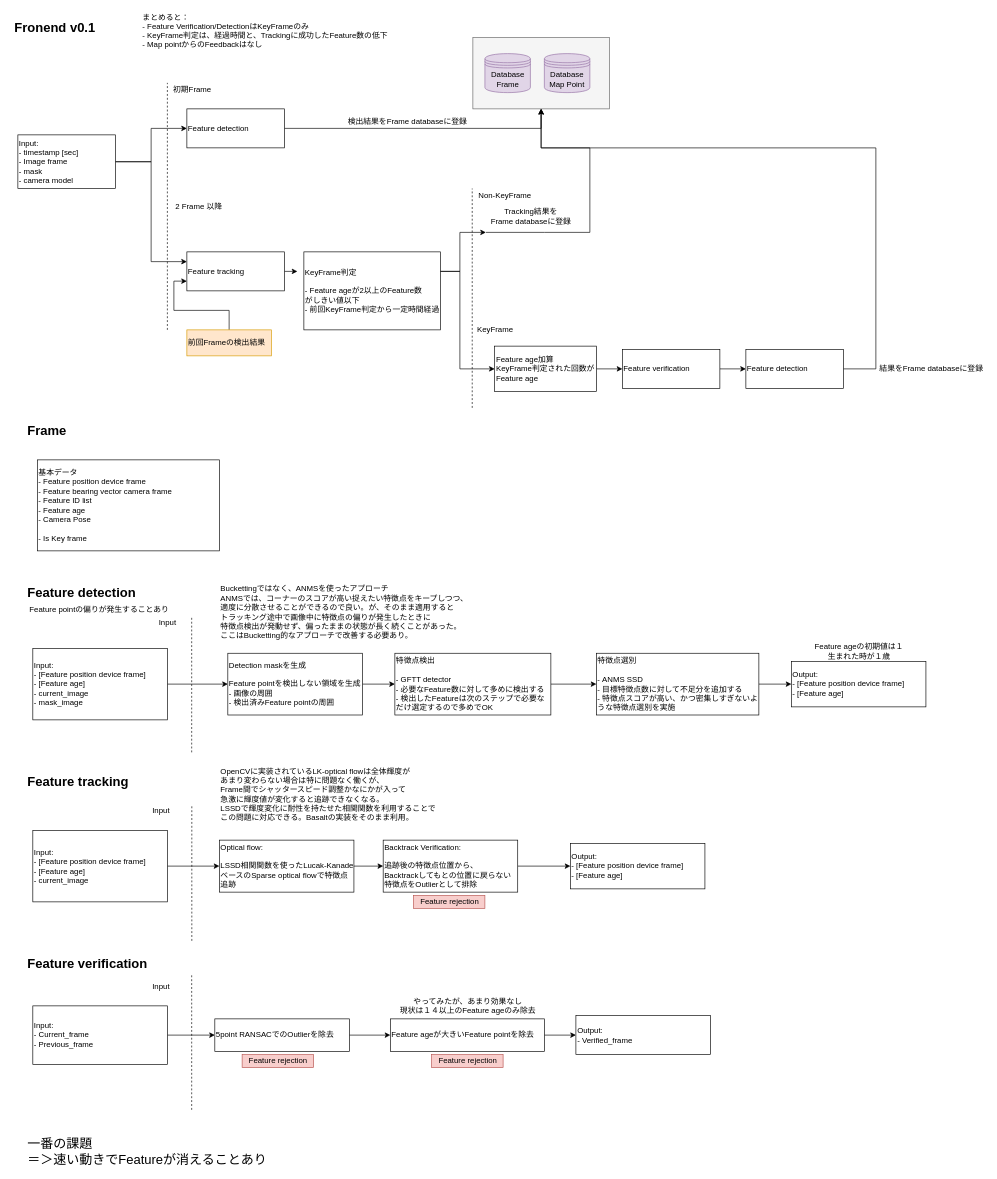
Before: page "Frnotend" (2 of 4) of docs/VSLAM-Fontend.drawio in eryeden/vi-slam, a draw.io diagram. Source tidied: cells renumbered, new cells numbered last; positions are measured from the earlier drawing's top-left corner, leaving out a move shared by most shapes. Both pictures are drawn from the tidied source at 65%, with x=0, y=0 at pixel (11, 11).
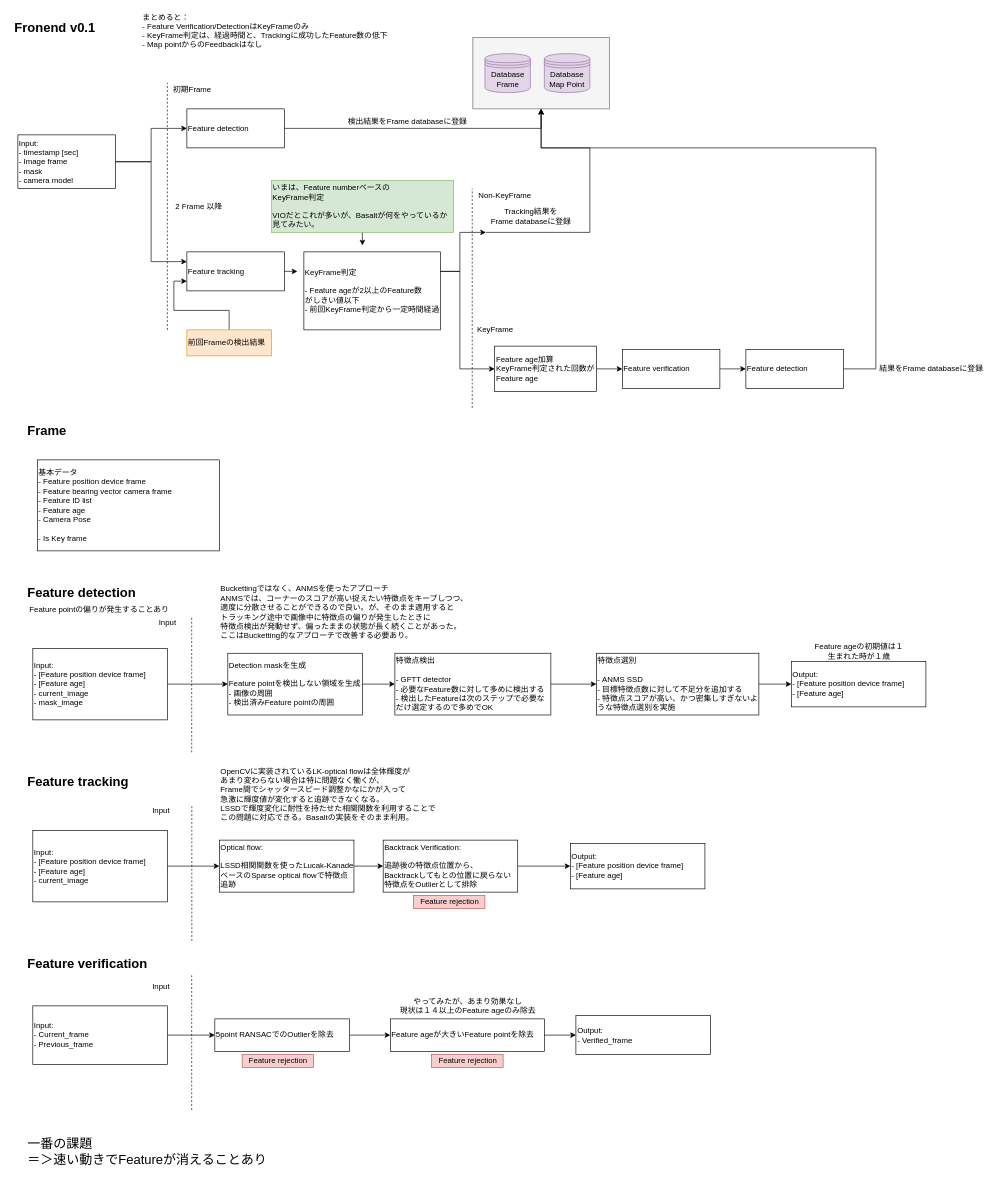
The same diagram, later.

The edit, as a diff of the source:
```diff
@@
+    <mxCell id="78" style="edgeStyle=orthogonalEdgeStyle;rounded=0;jettySize=auto;html=1;" parent="1" edge="1" source="79">
+      <mxGeometry relative="1" as="geometry">
+        <mxPoint x="540" y="360" as="targetPoint" />
+      </mxGeometry>
+    </mxCell>
+    <mxCell id="79" value="いまは、Feature numberベースの&lt;br&gt;&lt;div style=&quot;&quot;&gt;&lt;span&gt;KeyFrame判定&lt;/span&gt;&lt;/div&gt;&lt;div style=&quot;&quot;&gt;&lt;span&gt;&lt;br&gt;&lt;/span&gt;&lt;/div&gt;&lt;div style=&quot;&quot;&gt;&lt;span&gt;VIOだとこれが多いが、Basaltが何をやっているか&lt;/span&gt;&lt;/div&gt;&lt;div style=&quot;&quot;&gt;&lt;span&gt;見てみたい。&lt;/span&gt;&lt;/div&gt;" style="text;html=1;align=left;verticalAlign=middle;points=[];fillColor=#d5e8d4;strokeColor=#82b366;" parent="1" vertex="1">
+      <mxGeometry x="400" y="260" width="280" height="80" as="geometry" />
+    </mxCell>
```
